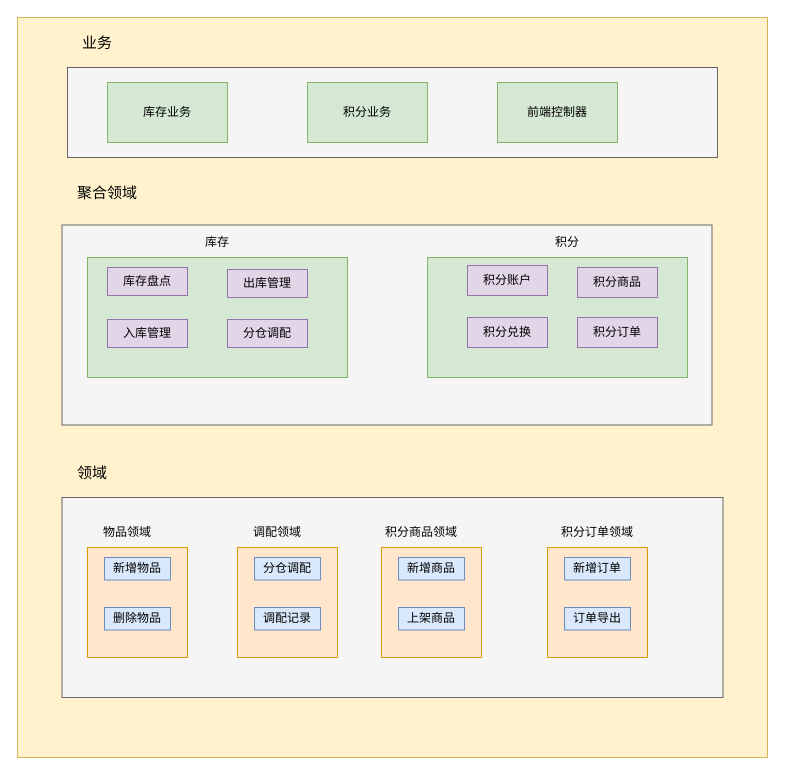
Earlier version of the draw.io diagram 积分商城重构功能架构.drawio (messi122/picture). Source tidied: cells renumbered, new cells numbered last; positions are measured from the earlier drawing's top-left corner, leaving out a move shared by most shapes. Both pictures are drawn from the tidied source at 100%, with x=0, y=0 at pixel (17, 17).
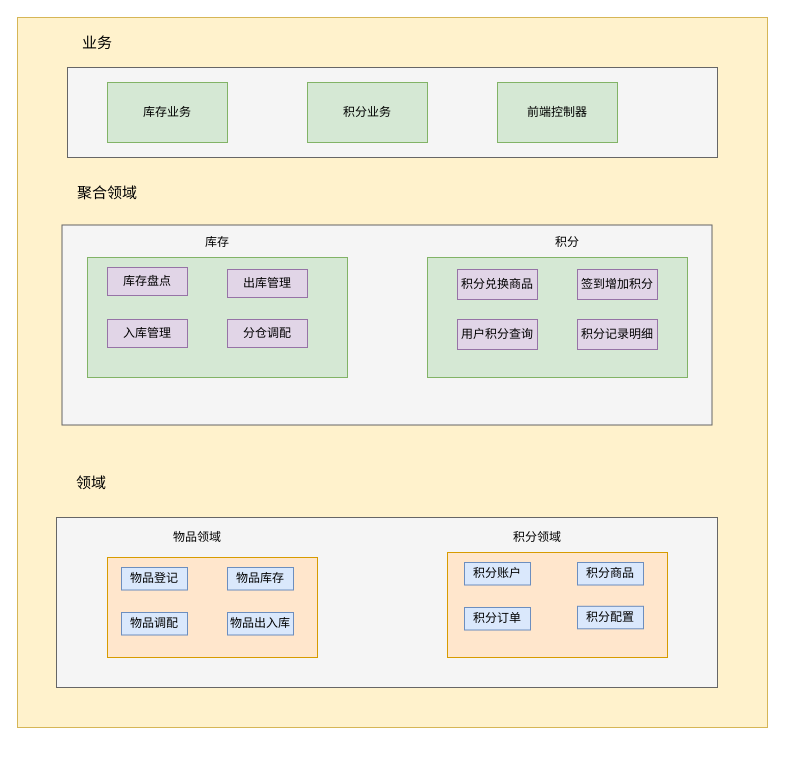
The same diagram, later.

Commit message (it also covers changes not shown here):
更新积分商城重构功能架构.drawio

Diff of the diagram source:
```diff
@@
     <mxCell id="2" style="rounded=0;whiteSpace=wrap;html=1;fillColor=#fff2cc;strokeColor=#d6b656;" parent="1" vertex="1">
-      <mxGeometry width="750" height="740" as="geometry" />
+      <mxGeometry width="750" height="710" as="geometry" />
     </mxCell>
@@
     <mxCell id="9" style="rounded=0;whiteSpace=wrap;html=1;fillColor=#f5f5f5;fontColor=#333333;strokeColor=#666666;" parent="1" vertex="1">
-      <mxGeometry x="44.5" y="480" width="661" height="200" as="geometry" />
+      <mxGeometry x="39" y="500" width="661" height="170" as="geometry" />
     </mxCell>
     <mxCell id="10" value="&lt;span style=&quot;font-size: 15px;&quot;&gt;领域&lt;/span&gt;" style="text;html=1;align=center;verticalAlign=middle;whiteSpace=wrap;rounded=0;" parent="1" vertex="1">
-      <mxGeometry x="44.5" y="440" width="60" height="30" as="geometry" />
+      <mxGeometry x="44" y="450" width="60" height="30" as="geometry" />
     </mxCell>
@@
     <mxCell id="15" style="rounded=0;whiteSpace=wrap;html=1;fillColor=#ffe6cc;strokeColor=#d79b00;" parent="1" vertex="1">
-      <mxGeometry x="70" y="530" width="100" height="110" as="geometry" />
+      <mxGeometry x="90" y="540" width="210" height="100" as="geometry" />
     </mxCell>
     <mxCell id="16" value="物品领域" style="text;html=1;align=center;verticalAlign=middle;whiteSpace=wrap;rounded=0;" parent="1" vertex="1">
-      <mxGeometry x="80" y="500" width="60" height="30" as="geometry" />
+      <mxGeometry x="150" y="505" width="60" height="30" as="geometry" />
     </mxCell>
@@
-    <mxCell id="19" value="积分账户" style="rounded=0;whiteSpace=wrap;html=1;fillColor=#e1d5e7;strokeColor=#9673a6;" parent="1" vertex="1">
-      <mxGeometry x="450" y="248" width="80" height="30" as="geometry" />
-    </mxCell>
-    <mxCell id="20" value="积分兑换" style="rounded=0;whiteSpace=wrap;html=1;fillColor=#e1d5e7;strokeColor=#9673a6;" parent="1" vertex="1">
-      <mxGeometry x="450" y="300" width="80" height="30" as="geometry" />
+    <mxCell id="20" value="积分兑换商品" style="rounded=0;whiteSpace=wrap;html=1;fillColor=#e1d5e7;strokeColor=#9673a6;" parent="1" vertex="1">
+      <mxGeometry x="440" y="252" width="80" height="30" as="geometry" />
     </mxCell>
-    <mxCell id="21" value="积分商品" style="rounded=0;whiteSpace=wrap;html=1;fillColor=#e1d5e7;strokeColor=#9673a6;" parent="1" vertex="1">
-      <mxGeometry x="560" y="250" width="80" height="30" as="geometry" />
-    </mxCell>
-    <mxCell id="22" value="积分订单" style="rounded=0;whiteSpace=wrap;html=1;fillColor=#e1d5e7;strokeColor=#9673a6;" parent="1" vertex="1">
-      <mxGeometry x="560" y="300" width="80" height="30" as="geometry" />
+    <mxCell id="22" value="签到增加积分" style="rounded=0;whiteSpace=wrap;html=1;fillColor=#e1d5e7;strokeColor=#9673a6;" parent="1" vertex="1">
+      <mxGeometry x="560" y="252" width="80" height="30" as="geometry" />
     </mxCell>
@@
-    <mxCell id="26" value="调配领域" style="text;html=1;align=center;verticalAlign=middle;whiteSpace=wrap;rounded=0;" parent="1" vertex="1">
-      <mxGeometry x="230" y="500" width="60" height="30" as="geometry" />
+    <mxCell id="26" value="积分领域" style="text;html=1;align=center;verticalAlign=middle;whiteSpace=wrap;rounded=0;" parent="1" vertex="1">
+      <mxGeometry x="490" y="505" width="60" height="30" as="geometry" />
     </mxCell>
-    <mxCell id="27" value="积分商品领域" style="text;html=1;align=center;verticalAlign=middle;whiteSpace=wrap;rounded=0;" parent="1" vertex="1">
-      <mxGeometry x="364" y="500" width="80" height="30" as="geometry" />
-    </mxCell>
-    <mxCell id="28" value="积分订单领域" style="text;html=1;align=center;verticalAlign=middle;whiteSpace=wrap;rounded=0;" parent="1" vertex="1">
-      <mxGeometry x="540" y="500" width="80" height="30" as="geometry" />
-    </mxCell>
-    <mxCell id="29" value="新增物品" style="rounded=0;whiteSpace=wrap;html=1;fillColor=#dae8fc;strokeColor=#6c8ebf;" parent="1" vertex="1">
-      <mxGeometry x="87" y="540" width="66" height="22.5" as="geometry" />
-    </mxCell>
-    <mxCell id="30" value="删除物品" style="rounded=0;whiteSpace=wrap;html=1;fillColor=#dae8fc;strokeColor=#6c8ebf;" parent="1" vertex="1">
-      <mxGeometry x="87" y="590" width="66" height="22.5" as="geometry" />
+    <mxCell id="30" value="物品登记" style="rounded=0;whiteSpace=wrap;html=1;fillColor=#dae8fc;strokeColor=#6c8ebf;" parent="1" vertex="1">
+      <mxGeometry x="104" y="550" width="66" height="22.5" as="geometry" />
     </mxCell>
     <mxCell id="31" style="rounded=0;whiteSpace=wrap;html=1;fillColor=#ffe6cc;strokeColor=#d79b00;" parent="1" vertex="1">
-      <mxGeometry x="220" y="530" width="100" height="110" as="geometry" />
+      <mxGeometry x="430" y="535" width="220" height="105" as="geometry" />
     </mxCell>
-    <mxCell id="32" style="rounded=0;whiteSpace=wrap;html=1;fillColor=#ffe6cc;strokeColor=#d79b00;" parent="1" vertex="1">
-      <mxGeometry x="364" y="530" width="100" height="110" as="geometry" />
-    </mxCell>
-    <mxCell id="33" value="新增商品" style="rounded=0;whiteSpace=wrap;html=1;fillColor=#dae8fc;strokeColor=#6c8ebf;" parent="1" vertex="1">
-      <mxGeometry x="381" y="540" width="66" height="22.5" as="geometry" />
-    </mxCell>
-    <mxCell id="34" value="上架商品" style="rounded=0;whiteSpace=wrap;html=1;fillColor=#dae8fc;strokeColor=#6c8ebf;" parent="1" vertex="1">
-      <mxGeometry x="381" y="590" width="66" height="22.5" as="geometry" />
-    </mxCell>
-    <mxCell id="35" style="rounded=0;whiteSpace=wrap;html=1;fillColor=#ffe6cc;strokeColor=#d79b00;" parent="1" vertex="1">
-      <mxGeometry x="530" y="530" width="100" height="110" as="geometry" />
-    </mxCell>
-    <mxCell id="36" value="分仓调配" style="rounded=0;whiteSpace=wrap;html=1;fillColor=#dae8fc;strokeColor=#6c8ebf;" parent="1" vertex="1">
-      <mxGeometry x="237" y="540" width="66" height="22.5" as="geometry" />
+    <mxCell id="36" value="积分账户" style="rounded=0;whiteSpace=wrap;html=1;fillColor=#dae8fc;strokeColor=#6c8ebf;" parent="1" vertex="1">
+      <mxGeometry x="447" y="545" width="66" height="22.5" as="geometry" />
     </mxCell>
-    <mxCell id="37" value="调配记录" style="rounded=0;whiteSpace=wrap;html=1;fillColor=#dae8fc;strokeColor=#6c8ebf;" parent="1" vertex="1">
-      <mxGeometry x="237" y="590" width="66" height="22.5" as="geometry" />
+    <mxCell id="37" value="积分订单" style="rounded=0;whiteSpace=wrap;html=1;fillColor=#dae8fc;strokeColor=#6c8ebf;" parent="1" vertex="1">
+      <mxGeometry x="447" y="590" width="66" height="22.5" as="geometry" />
     </mxCell>
-    <mxCell id="38" value="新增订单" style="rounded=0;whiteSpace=wrap;html=1;fillColor=#dae8fc;strokeColor=#6c8ebf;" parent="1" vertex="1">
-      <mxGeometry x="547" y="540" width="66" height="22.5" as="geometry" />
-    </mxCell>
-    <mxCell id="39" value="订单导出" style="rounded=0;whiteSpace=wrap;html=1;fillColor=#dae8fc;strokeColor=#6c8ebf;" parent="1" vertex="1">
-      <mxGeometry x="547" y="590" width="66" height="22.5" as="geometry" />
-    </mxCell>
+    <mxCell id="40" value="积分配置" style="rounded=0;whiteSpace=wrap;html=1;fillColor=#dae8fc;strokeColor=#6c8ebf;" parent="1" vertex="1">
+      <mxGeometry x="560" y="588.8" width="66" height="22.5" as="geometry" />
+    </mxCell>
+    <mxCell id="21" value="积分商品" style="rounded=0;whiteSpace=wrap;html=1;fillColor=#dae8fc;strokeColor=#6c8ebf;" parent="1" vertex="1">
+      <mxGeometry x="560" y="545" width="66" height="22.5" as="geometry" />
+    </mxCell>
+    <mxCell id="41" value="用户积分查询" style="rounded=0;whiteSpace=wrap;html=1;fillColor=#e1d5e7;strokeColor=#9673a6;" parent="1" vertex="1">
+      <mxGeometry x="440" y="302" width="80" height="30" as="geometry" />
+    </mxCell>
+    <mxCell id="42" value="积分记录明细" style="rounded=0;whiteSpace=wrap;html=1;fillColor=#e1d5e7;strokeColor=#9673a6;" parent="1" vertex="1">
+      <mxGeometry x="560" y="302" width="80" height="30" as="geometry" />
+    </mxCell>
+    <mxCell id="43" value="物品库存" style="rounded=0;whiteSpace=wrap;html=1;fillColor=#dae8fc;strokeColor=#6c8ebf;" parent="1" vertex="1">
+      <mxGeometry x="210" y="550" width="66" height="22.5" as="geometry" />
+    </mxCell>
+    <mxCell id="44" value="物品调配" style="rounded=0;whiteSpace=wrap;html=1;fillColor=#dae8fc;strokeColor=#6c8ebf;" parent="1" vertex="1">
+      <mxGeometry x="104" y="595" width="66" height="22.5" as="geometry" />
+    </mxCell>
+    <mxCell id="45" value="物品出入库" style="rounded=0;whiteSpace=wrap;html=1;fillColor=#dae8fc;strokeColor=#6c8ebf;" parent="1" vertex="1">
+      <mxGeometry x="210" y="595" width="66" height="22.5" as="geometry" />
+    </mxCell>
```
